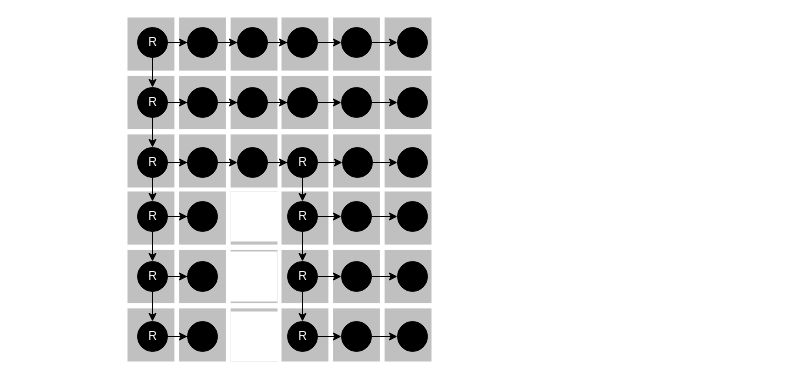
Before: page "Page-5" (5 of 5) of Path planning flow chart.drawio in RandikaVS/Edfoci-chat-server, a draw.io diagram. Source tidied: cells renumbered, new cells numbered last; positions are measured from the earlier drawing's top-left corner, leaving out a move shared by most shapes. Both pictures are drawn from the tidied source at 100%, with x=0, y=0 at pixel (127, 17).
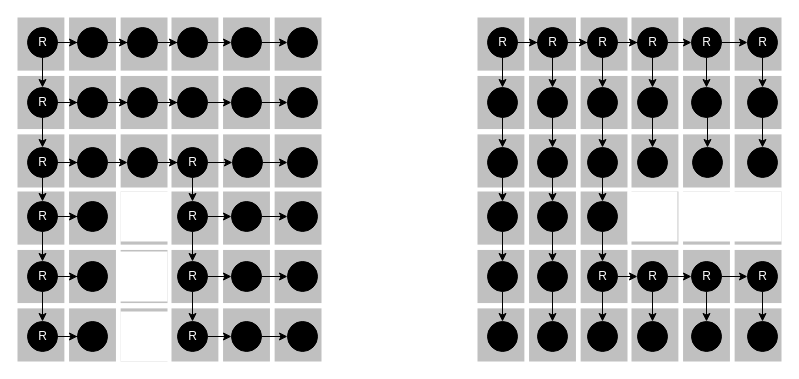
Above is the later version.

Unchanged cells that the change refers to:
```xml
<mxCell id="12" value="&lt;font color=&quot;#fcfcfc&quot;&gt;R&lt;/font&gt;" style="ellipse;fillColor=strokeColor;html=1;" parent="2" vertex="1">
  <mxGeometry x="10" y="130" width="30" height="30" as="geometry" />
</mxCell>
<mxCell id="14" value="&lt;font color=&quot;#fcfcfc&quot;&gt;R&lt;/font&gt;" style="ellipse;fillColor=strokeColor;html=1;" parent="2" vertex="1">
  <mxGeometry x="160" y="130" width="30" height="30" as="geometry" />
</mxCell>
<mxCell id="55" value="&lt;font color=&quot;#fcfcfc&quot;&gt;R&lt;/font&gt;" style="ellipse;fillColor=strokeColor;html=1;" parent="42" vertex="1">
  <mxGeometry x="10" y="10" width="30" height="30" as="geometry" />
</mxCell>
<mxCell id="63" value="&lt;font color=&quot;#fcfcfc&quot;&gt;R&lt;/font&gt;" style="ellipse;fillColor=strokeColor;html=1;" parent="42" vertex="1">
  <mxGeometry x="160" y="10" width="30" height="30" as="geometry" />
</mxCell>
```

The edit, as a diff of the source:
```diff
@@
+    <mxCell id="78" style="group;" parent="1" vertex="1">
+      <mxGeometry x="-110" width="304" height="344" as="geometry" />
+    </mxCell>
-    <mxCell id="2" style="group;" parent="1" vertex="1">
+    <mxCell id="2" style="group;" parent="78" vertex="1">
       <mxGeometry width="304" height="170" as="geometry" />
     </mxCell>
@@
-    <mxCell id="42" style="group;" parent="1" vertex="1">
+    <mxCell id="42" style="group;" parent="78" vertex="1">
       <mxGeometry y="174" width="304" height="170" as="geometry" />
     </mxCell>
@@
-    <mxCell id="76" style="edgeStyle=orthogonalEdgeStyle;rounded=0;jettySize=auto;html=1;entryX=0.5;entryY=0;entryDx=0;entryDy=0;" parent="1" edge="1" source="12" target="55">
+    <mxCell id="76" style="edgeStyle=orthogonalEdgeStyle;rounded=0;jettySize=auto;html=1;entryX=0.5;entryY=0;entryDx=0;entryDy=0;" parent="78" edge="1" source="12" target="55">
       <mxGeometry relative="1" as="geometry" />
     </mxCell>
-    <mxCell id="77" style="edgeStyle=orthogonalEdgeStyle;rounded=0;jettySize=auto;html=1;exitX=0.5;exitY=1;exitDx=0;exitDy=0;entryX=0.5;entryY=0;entryDx=0;entryDy=0;" parent="1" edge="1" source="14" target="63">
+    <mxCell id="77" style="edgeStyle=orthogonalEdgeStyle;rounded=0;jettySize=auto;html=1;exitX=0.5;exitY=1;exitDx=0;exitDy=0;entryX=0.5;entryY=0;entryDx=0;entryDy=0;" parent="78" edge="1" source="14" target="63">
       <mxGeometry relative="1" as="geometry" />
     </mxCell>
+    <mxCell id="79" style="group;rotation=0;flipH=1;flipV=0;fillColor=default;direction=east;" parent="1" vertex="1">
+      <mxGeometry x="350" width="304" height="344" as="geometry" />
+    </mxCell>
+    <mxCell id="80" style="group;" parent="79" vertex="1">
+      <mxGeometry width="304" height="170" as="geometry" />
+    </mxCell>
+    <mxCell id="81" style="html=1;verticalLabelPosition=bottom;labelBackgroundColor=#ffffff;verticalAlign=top;shadow=0;dashed=0;strokeWidth=1;shape=mxgraph.ios7ui.iconGrid;fillColor=#c0c0c0;gridSize=3,3;" parent="80" vertex="1">
+      <mxGeometry width="150" height="170" as="geometry" />
+    </mxCell>
+    <mxCell id="82" style="html=1;verticalLabelPosition=bottom;labelBackgroundColor=#ffffff;verticalAlign=top;shadow=0;dashed=0;strokeWidth=1;shape=mxgraph.ios7ui.iconGrid;fillColor=#c0c0c0;gridSize=3,3;" parent="80" vertex="1">
+      <mxGeometry x="154" width="150" height="170" as="geometry" />
+    </mxCell>
+    <mxCell id="83" style="edgeStyle=orthogonalEdgeStyle;rounded=0;jettySize=auto;html=1;entryX=0;entryY=0.5;entryDx=0;entryDy=0;" parent="80" edge="1" source="85" target="92">
+      <mxGeometry relative="1" as="geometry" />
+    </mxCell>
+    <mxCell id="84" style="edgeStyle=orthogonalEdgeStyle;rounded=0;jettySize=auto;html=1;entryX=0.5;entryY=0;entryDx=0;entryDy=0;" parent="80" edge="1" source="85" target="87">
+      <mxGeometry relative="1" as="geometry" />
+    </mxCell>
+    <mxCell id="85" value="&lt;font color=&quot;#fcfcfc&quot;&gt;R&lt;/font&gt;" style="ellipse;fillColor=strokeColor;html=1;" parent="80" vertex="1">
+      <mxGeometry x="10" y="10" width="30" height="30" as="geometry" />
+    </mxCell>
+    <mxCell id="86" style="edgeStyle=orthogonalEdgeStyle;rounded=0;jettySize=auto;html=1;entryX=0.5;entryY=0;entryDx=0;entryDy=0;" parent="80" edge="1" source="87" target="88">
+      <mxGeometry relative="1" as="geometry" />
+    </mxCell>
+    <mxCell id="87" style="ellipse;fillColor=strokeColor;html=1;" parent="80" vertex="1">
+      <mxGeometry x="10" y="70" width="30" height="30" as="geometry" />
+    </mxCell>
+    <mxCell id="88" style="ellipse;fillColor=strokeColor;html=1;" parent="80" vertex="1">
+      <mxGeometry x="10" y="130" width="30" height="30" as="geometry" />
+    </mxCell>
+    <mxCell id="89" style="ellipse;fillColor=strokeColor;html=1;" parent="80" vertex="1">
+      <mxGeometry x="160" y="130" width="30" height="30" as="geometry" />
+    </mxCell>
+    <mxCell id="90" style="group;" parent="80" vertex="1">
+      <mxGeometry x="60" y="10" width="240" height="30" as="geometry" />
+    </mxCell>
+    <mxCell id="91" style="edgeStyle=orthogonalEdgeStyle;rounded=0;jettySize=auto;html=1;entryX=0;entryY=0.5;entryDx=0;entryDy=0;" parent="90" edge="1" source="92" target="94">
+      <mxGeometry relative="1" as="geometry" />
+    </mxCell>
+    <mxCell id="92" value="&lt;span style=&quot;color: rgb(252, 252, 252);&quot;&gt;R&lt;/span&gt;" style="ellipse;fillColor=strokeColor;html=1;" parent="90" vertex="1">
+      <mxGeometry width="30" height="30" as="geometry" />
+    </mxCell>
+    <mxCell id="93" style="edgeStyle=orthogonalEdgeStyle;rounded=0;jettySize=auto;html=1;entryX=0;entryY=0.5;entryDx=0;entryDy=0;" parent="90" edge="1" source="94" target="96">
+      <mxGeometry relative="1" as="geometry" />
+    </mxCell>
+    <mxCell id="94" value="&lt;span style=&quot;color: rgb(252, 252, 252);&quot;&gt;R&lt;/span&gt;" style="ellipse;fillColor=strokeColor;html=1;" parent="90" vertex="1">
+      <mxGeometry x="50" width="30" height="30" as="geometry" />
+    </mxCell>
+    <mxCell id="95" style="edgeStyle=orthogonalEdgeStyle;rounded=0;jettySize=auto;html=1;entryX=0;entryY=0.5;entryDx=0;entryDy=0;" parent="90" edge="1" source="96" target="98">
+      <mxGeometry relative="1" as="geometry" />
+    </mxCell>
+    <mxCell id="96" value="&lt;span style=&quot;color: rgb(252, 252, 252);&quot;&gt;R&lt;/span&gt;" style="ellipse;fillColor=strokeColor;html=1;" parent="90" vertex="1">
+      <mxGeometry x="100" width="30" height="30" as="geometry" />
+    </mxCell>
+    <mxCell id="97" style="edgeStyle=orthogonalEdgeStyle;rounded=0;jettySize=auto;html=1;entryX=0;entryY=0.5;entryDx=0;entryDy=0;" parent="90" edge="1" source="98" target="100">
+      <mxGeometry relative="1" as="geometry" />
+    </mxCell>
+    <mxCell id="98" value="&lt;span style=&quot;color: rgb(252, 252, 252);&quot;&gt;R&lt;/span&gt;" style="ellipse;fillColor=strokeColor;html=1;" parent="90" vertex="1">
+      <mxGeometry x="154" width="30" height="30" as="geometry" />
+    </mxCell>
+    <mxCell id="99" style="edgeStyle=orthogonalEdgeStyle;rounded=0;jettySize=auto;html=1;exitX=0.5;exitY=1;exitDx=0;exitDy=0;" parent="90" edge="1" source="100">
+      <mxGeometry relative="1" as="geometry">
+        <mxPoint x="225" y="60" as="targetPoint" />
+      </mxGeometry>
+    </mxCell>
+    <mxCell id="100" value="&lt;span style=&quot;color: rgb(252, 252, 252);&quot;&gt;R&lt;/span&gt;" style="ellipse;fillColor=strokeColor;html=1;" parent="90" vertex="1">
+      <mxGeometry x="210" width="30" height="30" as="geometry" />
+    </mxCell>
+    <mxCell id="101" style="group;" parent="80" vertex="1">
+      <mxGeometry x="60" y="70" width="240" height="30" as="geometry" />
+    </mxCell>
+    <mxCell id="102" style="ellipse;fillColor=strokeColor;html=1;" parent="101" vertex="1">
+      <mxGeometry width="30" height="30" as="geometry" />
+    </mxCell>
+    <mxCell id="103" style="ellipse;fillColor=strokeColor;html=1;" parent="101" vertex="1">
+      <mxGeometry x="50" width="30" height="30" as="geometry" />
+    </mxCell>
+    <mxCell id="104" style="ellipse;fillColor=strokeColor;html=1;" parent="101" vertex="1">
+      <mxGeometry x="100" width="30" height="30" as="geometry" />
+    </mxCell>
+    <mxCell id="105" style="ellipse;fillColor=strokeColor;html=1;" parent="101" vertex="1">
+      <mxGeometry x="154" width="30" height="30" as="geometry" />
+    </mxCell>
+    <mxCell id="106" style="ellipse;fillColor=strokeColor;html=1;" parent="101" vertex="1">
+      <mxGeometry x="210" width="30" height="30" as="geometry" />
+    </mxCell>
+    <mxCell id="107" style="ellipse;fillColor=strokeColor;html=1;" parent="80" vertex="1">
+      <mxGeometry x="60" y="130" width="30" height="30" as="geometry" />
+    </mxCell>
+    <mxCell id="108" style="ellipse;fillColor=strokeColor;html=1;" parent="80" vertex="1">
+      <mxGeometry x="110" y="130" width="30" height="30" as="geometry" />
+    </mxCell>
+    <mxCell id="109" style="ellipse;fillColor=strokeColor;html=1;" parent="80" vertex="1">
+      <mxGeometry x="215" y="130" width="30" height="30" as="geometry" />
+    </mxCell>
+    <mxCell id="110" style="ellipse;fillColor=strokeColor;html=1;" parent="80" vertex="1">
+      <mxGeometry x="270" y="130" width="30" height="30" as="geometry" />
+    </mxCell>
+    <mxCell id="111" style="edgeStyle=orthogonalEdgeStyle;rounded=0;jettySize=auto;html=1;exitX=0.5;exitY=1;exitDx=0;exitDy=0;entryX=0.5;entryY=0;entryDx=0;entryDy=0;" parent="80" edge="1" source="106" target="110">
+      <mxGeometry relative="1" as="geometry" />
+    </mxCell>
+    <mxCell id="112" style="edgeStyle=orthogonalEdgeStyle;rounded=0;jettySize=auto;html=1;entryX=0.5;entryY=0;entryDx=0;entryDy=0;" parent="80" edge="1" source="92" target="102">
+      <mxGeometry relative="1" as="geometry" />
+    </mxCell>
+    <mxCell id="113" style="edgeStyle=orthogonalEdgeStyle;rounded=0;jettySize=auto;html=1;exitX=0.5;exitY=1;exitDx=0;exitDy=0;entryX=0.5;entryY=0;entryDx=0;entryDy=0;" parent="80" edge="1" source="102" target="107">
+      <mxGeometry relative="1" as="geometry" />
+    </mxCell>
+    <mxCell id="114" style="edgeStyle=orthogonalEdgeStyle;rounded=0;jettySize=auto;html=1;exitX=0.5;exitY=1;exitDx=0;exitDy=0;entryX=0.5;entryY=0;entryDx=0;entryDy=0;" parent="80" edge="1" source="94" target="103">
+      <mxGeometry relative="1" as="geometry" />
+    </mxCell>
+    <mxCell id="115" style="edgeStyle=orthogonalEdgeStyle;rounded=0;jettySize=auto;html=1;exitX=0.5;exitY=1;exitDx=0;exitDy=0;entryX=0.5;entryY=0;entryDx=0;entryDy=0;" parent="80" edge="1" source="103" target="108">
+      <mxGeometry relative="1" as="geometry" />
+    </mxCell>
+    <mxCell id="116" style="edgeStyle=orthogonalEdgeStyle;rounded=0;jettySize=auto;html=1;exitX=0.5;exitY=1;exitDx=0;exitDy=0;entryX=0.5;entryY=0;entryDx=0;entryDy=0;" parent="80" edge="1" source="96" target="104">
+      <mxGeometry relative="1" as="geometry" />
+    </mxCell>
+    <mxCell id="117" style="edgeStyle=orthogonalEdgeStyle;rounded=0;jettySize=auto;html=1;exitX=0.5;exitY=1;exitDx=0;exitDy=0;entryX=0.5;entryY=0;entryDx=0;entryDy=0;" parent="80" edge="1" source="98" target="105">
+      <mxGeometry relative="1" as="geometry" />
+    </mxCell>
+    <mxCell id="118" style="edgeStyle=orthogonalEdgeStyle;rounded=0;jettySize=auto;html=1;exitX=0.5;exitY=1;exitDx=0;exitDy=0;entryX=0.5;entryY=0;entryDx=0;entryDy=0;" parent="80" edge="1" source="105" target="109">
+      <mxGeometry relative="1" as="geometry" />
+    </mxCell>
+    <mxCell id="119" style="edgeStyle=orthogonalEdgeStyle;rounded=0;jettySize=auto;html=1;exitX=0.5;exitY=1;exitDx=0;exitDy=0;entryX=0.5;entryY=0;entryDx=0;entryDy=0;" parent="80" edge="1" source="104" target="89">
+      <mxGeometry relative="1" as="geometry" />
+    </mxCell>
+    <mxCell id="120" style="group;" parent="79" vertex="1">
+      <mxGeometry y="174" width="304" height="170" as="geometry" />
+    </mxCell>
+    <mxCell id="121" style="html=1;verticalLabelPosition=bottom;labelBackgroundColor=#ffffff;verticalAlign=top;shadow=0;dashed=0;strokeWidth=1;shape=mxgraph.ios7ui.iconGrid;fillColor=#c0c0c0;gridSize=3,3;" parent="120" vertex="1">
+      <mxGeometry width="150" height="170" as="geometry" />
+    </mxCell>
+    <mxCell id="122" style="html=1;verticalLabelPosition=bottom;labelBackgroundColor=#ffffff;verticalAlign=top;shadow=0;dashed=0;strokeWidth=1;shape=mxgraph.ios7ui.iconGrid;fillColor=#c0c0c0;gridSize=3,3;" parent="120" vertex="1">
+      <mxGeometry x="154" width="150" height="170" as="geometry" />
+    </mxCell>
+    <mxCell id="123" style="shape=ext;double=1;whiteSpace=wrap;html=1;strokeColor=none;" parent="120" vertex="1">
+      <mxGeometry x="150" width="50" height="50" as="geometry" />
+    </mxCell>
+    <mxCell id="124" style="shape=ext;double=1;whiteSpace=wrap;html=1;strokeColor=none;" parent="120" vertex="1">
+      <mxGeometry x="204" width="50" height="50" as="geometry" />
+    </mxCell>
+    <mxCell id="125" style="ellipse;fillColor=strokeColor;html=1;" parent="120" vertex="1">
+      <mxGeometry x="10" y="130" width="30" height="30" as="geometry" />
+    </mxCell>
+    <mxCell id="126" style="edgeStyle=orthogonalEdgeStyle;rounded=0;jettySize=auto;html=1;entryX=0.5;entryY=0;entryDx=0;entryDy=0;" parent="120" edge="1" source="127" target="125">
+      <mxGeometry relative="1" as="geometry" />
+    </mxCell>
+    <mxCell id="127" style="ellipse;fillColor=strokeColor;html=1;" parent="120" vertex="1">
+      <mxGeometry x="10" y="70" width="30" height="30" as="geometry" />
+    </mxCell>
+    <mxCell id="128" style="edgeStyle=orthogonalEdgeStyle;rounded=0;jettySize=auto;html=1;entryX=0.5;entryY=0;entryDx=0;entryDy=0;" parent="120" edge="1" source="129" target="127">
+      <mxGeometry relative="1" as="geometry" />
+    </mxCell>
+    <mxCell id="129" style="ellipse;fillColor=strokeColor;html=1;" parent="120" vertex="1">
+      <mxGeometry x="10" y="10" width="30" height="30" as="geometry" />
+    </mxCell>
+    <mxCell id="130" style="ellipse;fillColor=strokeColor;html=1;" parent="120" vertex="1">
+      <mxGeometry x="160" y="130" width="30" height="30" as="geometry" />
+    </mxCell>
+    <mxCell id="131" style="edgeStyle=orthogonalEdgeStyle;rounded=0;jettySize=auto;html=1;exitX=0.5;exitY=1;exitDx=0;exitDy=0;entryX=0.5;entryY=0;entryDx=0;entryDy=0;" parent="120" edge="1" source="132" target="135">
+      <mxGeometry relative="1" as="geometry" />
+    </mxCell>
+    <mxCell id="132" style="ellipse;fillColor=strokeColor;html=1;" parent="120" vertex="1">
+      <mxGeometry x="110" y="10" width="30" height="30" as="geometry" />
+    </mxCell>
+    <mxCell id="133" style="edgeStyle=orthogonalEdgeStyle;rounded=0;jettySize=auto;html=1;exitX=1;exitY=0.5;exitDx=0;exitDy=0;entryX=0;entryY=0.5;entryDx=0;entryDy=0;" parent="120" edge="1" source="135" target="152">
+      <mxGeometry relative="1" as="geometry" />
+    </mxCell>
+    <mxCell id="134" style="edgeStyle=orthogonalEdgeStyle;rounded=0;jettySize=auto;html=1;exitX=0.5;exitY=1;exitDx=0;exitDy=0;entryX=0.5;entryY=0;entryDx=0;entryDy=0;" parent="120" edge="1" source="135" target="153">
+      <mxGeometry relative="1" as="geometry" />
+    </mxCell>
+    <mxCell id="135" value="&lt;font color=&quot;#fcfcfc&quot;&gt;R&lt;/font&gt;" style="ellipse;fillColor=strokeColor;html=1;" parent="120" vertex="1">
+      <mxGeometry x="110" y="70" width="30" height="30" as="geometry" />
+    </mxCell>
+    <mxCell id="136" style="edgeStyle=orthogonalEdgeStyle;rounded=0;jettySize=auto;html=1;exitX=0.5;exitY=1;exitDx=0;exitDy=0;entryX=0.5;entryY=0;entryDx=0;entryDy=0;" parent="120" edge="1" source="137" target="139">
+      <mxGeometry relative="1" as="geometry" />
+    </mxCell>
+    <mxCell id="137" style="ellipse;fillColor=strokeColor;html=1;" parent="120" vertex="1">
+      <mxGeometry x="60" y="10" width="30" height="30" as="geometry" />
+    </mxCell>
+    <mxCell id="138" style="edgeStyle=orthogonalEdgeStyle;rounded=0;jettySize=auto;html=1;exitX=0.5;exitY=1;exitDx=0;exitDy=0;entryX=0.5;entryY=0;entryDx=0;entryDy=0;" parent="120" edge="1" source="139" target="140">
+      <mxGeometry relative="1" as="geometry" />
+    </mxCell>
+    <mxCell id="139" style="ellipse;fillColor=strokeColor;html=1;" parent="120" vertex="1">
+      <mxGeometry x="60" y="70" width="30" height="30" as="geometry" />
+    </mxCell>
+    <mxCell id="140" style="ellipse;fillColor=strokeColor;html=1;" parent="120" vertex="1">
+      <mxGeometry x="60" y="130" width="30" height="30" as="geometry" />
+    </mxCell>
+    <mxCell id="141" style="edgeStyle=orthogonalEdgeStyle;rounded=0;jettySize=auto;html=1;exitX=1;exitY=0.5;exitDx=0;exitDy=0;entryX=0;entryY=0.5;entryDx=0;entryDy=0;" parent="120" edge="1" source="143" target="147">
+      <mxGeometry relative="1" as="geometry" />
+    </mxCell>
+    <mxCell id="142" style="edgeStyle=orthogonalEdgeStyle;rounded=0;jettySize=auto;html=1;exitX=0.5;exitY=1;exitDx=0;exitDy=0;entryX=0.5;entryY=0;entryDx=0;entryDy=0;" parent="120" edge="1" source="143" target="144">
+      <mxGeometry relative="1" as="geometry" />
+    </mxCell>
+    <mxCell id="143" value="&lt;span style=&quot;color: rgb(252, 252, 252);&quot;&gt;R&lt;/span&gt;" style="ellipse;fillColor=strokeColor;html=1;" parent="120" vertex="1">
+      <mxGeometry x="214" y="70" width="30" height="30" as="geometry" />
+    </mxCell>
+    <mxCell id="144" style="ellipse;fillColor=strokeColor;html=1;" parent="120" vertex="1">
+      <mxGeometry x="214" y="130" width="30" height="30" as="geometry" />
+    </mxCell>
+    <mxCell id="145" style="ellipse;fillColor=strokeColor;html=1;" parent="120" vertex="1">
+      <mxGeometry x="270" y="10" width="30" height="30" as="geometry" />
+    </mxCell>
+    <mxCell id="146" style="edgeStyle=orthogonalEdgeStyle;rounded=0;jettySize=auto;html=1;exitX=0.5;exitY=1;exitDx=0;exitDy=0;entryX=0.5;entryY=0;entryDx=0;entryDy=0;" parent="120" edge="1" source="147" target="148">
+      <mxGeometry relative="1" as="geometry" />
+    </mxCell>
+    <mxCell id="147" value="&lt;span style=&quot;color: rgb(252, 252, 252);&quot;&gt;R&lt;/span&gt;" style="ellipse;fillColor=strokeColor;html=1;" parent="120" vertex="1">
+      <mxGeometry x="270" y="70" width="30" height="30" as="geometry" />
+    </mxCell>
+    <mxCell id="148" style="ellipse;fillColor=strokeColor;html=1;" parent="120" vertex="1">
+      <mxGeometry x="270" y="130" width="30" height="30" as="geometry" />
+    </mxCell>
+    <mxCell id="149" style="shape=ext;double=1;whiteSpace=wrap;html=1;strokeColor=none;" parent="120" vertex="1">
+      <mxGeometry x="254" width="50" height="50" as="geometry" />
+    </mxCell>
+    <mxCell id="150" style="edgeStyle=orthogonalEdgeStyle;rounded=0;jettySize=auto;html=1;exitX=1;exitY=0.5;exitDx=0;exitDy=0;entryX=0;entryY=0.5;entryDx=0;entryDy=0;" parent="120" edge="1" source="152" target="143">
+      <mxGeometry relative="1" as="geometry" />
+    </mxCell>
+    <mxCell id="151" style="edgeStyle=orthogonalEdgeStyle;rounded=0;jettySize=auto;html=1;exitX=0.5;exitY=1;exitDx=0;exitDy=0;entryX=0.5;entryY=0;entryDx=0;entryDy=0;" parent="120" edge="1" source="152" target="130">
+      <mxGeometry relative="1" as="geometry" />
+    </mxCell>
+    <mxCell id="152" value="&lt;span style=&quot;color: rgb(252, 252, 252);&quot;&gt;R&lt;/span&gt;" style="ellipse;fillColor=strokeColor;html=1;" parent="120" vertex="1">
+      <mxGeometry x="160" y="70" width="30" height="30" as="geometry" />
+    </mxCell>
+    <mxCell id="153" style="ellipse;fillColor=strokeColor;html=1;" parent="120" vertex="1">
+      <mxGeometry x="110" y="130" width="30" height="30" as="geometry" />
+    </mxCell>
+    <mxCell id="154" style="edgeStyle=orthogonalEdgeStyle;rounded=0;jettySize=auto;html=1;entryX=0.5;entryY=0;entryDx=0;entryDy=0;" parent="79" edge="1" source="88" target="129">
+      <mxGeometry relative="1" as="geometry" />
+    </mxCell>
+    <mxCell id="155" style="edgeStyle=orthogonalEdgeStyle;rounded=0;jettySize=auto;html=1;exitX=0.5;exitY=1;exitDx=0;exitDy=0;entryX=0.5;entryY=0;entryDx=0;entryDy=0;" parent="79" edge="1" source="107" target="137">
+      <mxGeometry relative="1" as="geometry" />
+    </mxCell>
+    <mxCell id="156" style="edgeStyle=orthogonalEdgeStyle;rounded=0;jettySize=auto;html=1;exitX=0.5;exitY=1;exitDx=0;exitDy=0;entryX=0.5;entryY=0;entryDx=0;entryDy=0;" parent="79" edge="1" source="108" target="132">
+      <mxGeometry relative="1" as="geometry" />
+    </mxCell>
```
